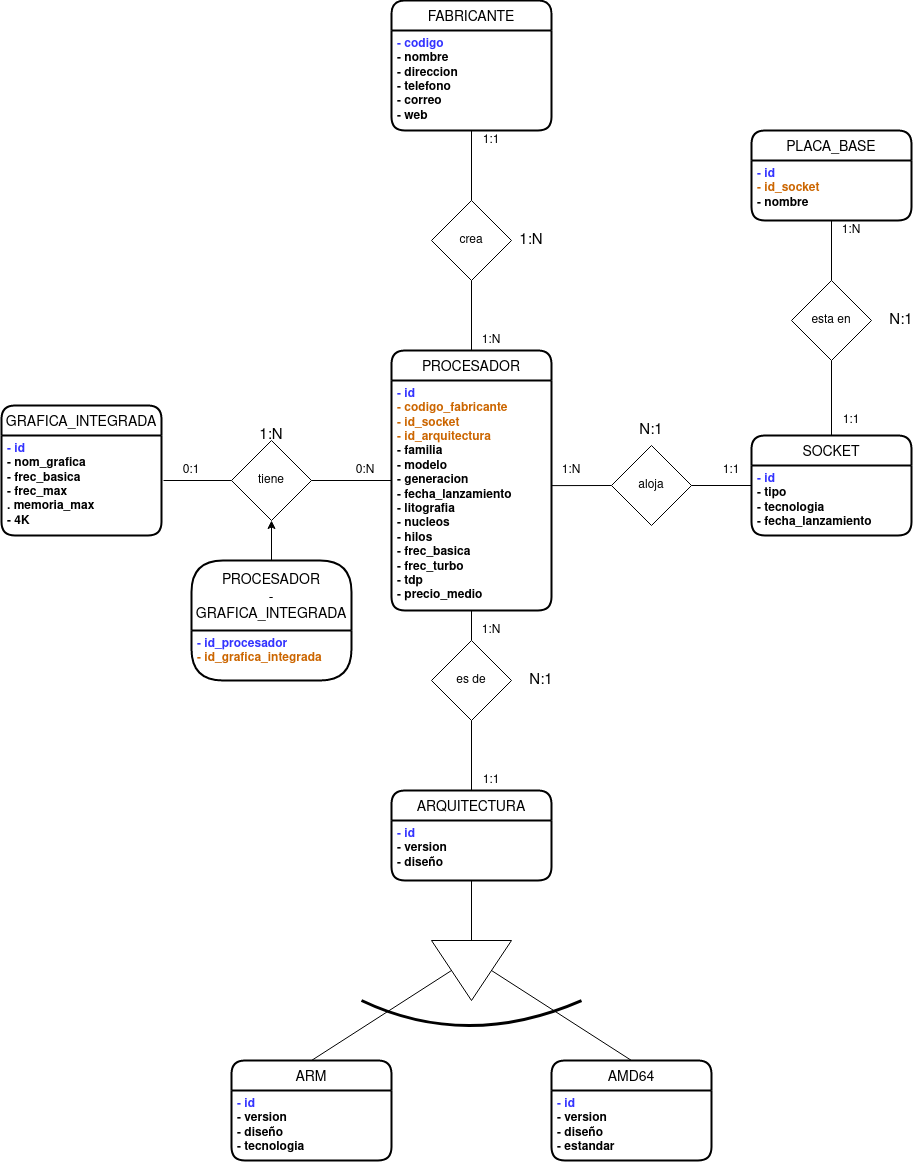
Earlier version of the draw.io export images/paso a tablas.png (Alejandro1901/ProcesadoresDB). Source tidied: cells renumbered, new cells last; positions are measured from the earlier drawing's top-left corner, leaving out a move shared by most shapes.
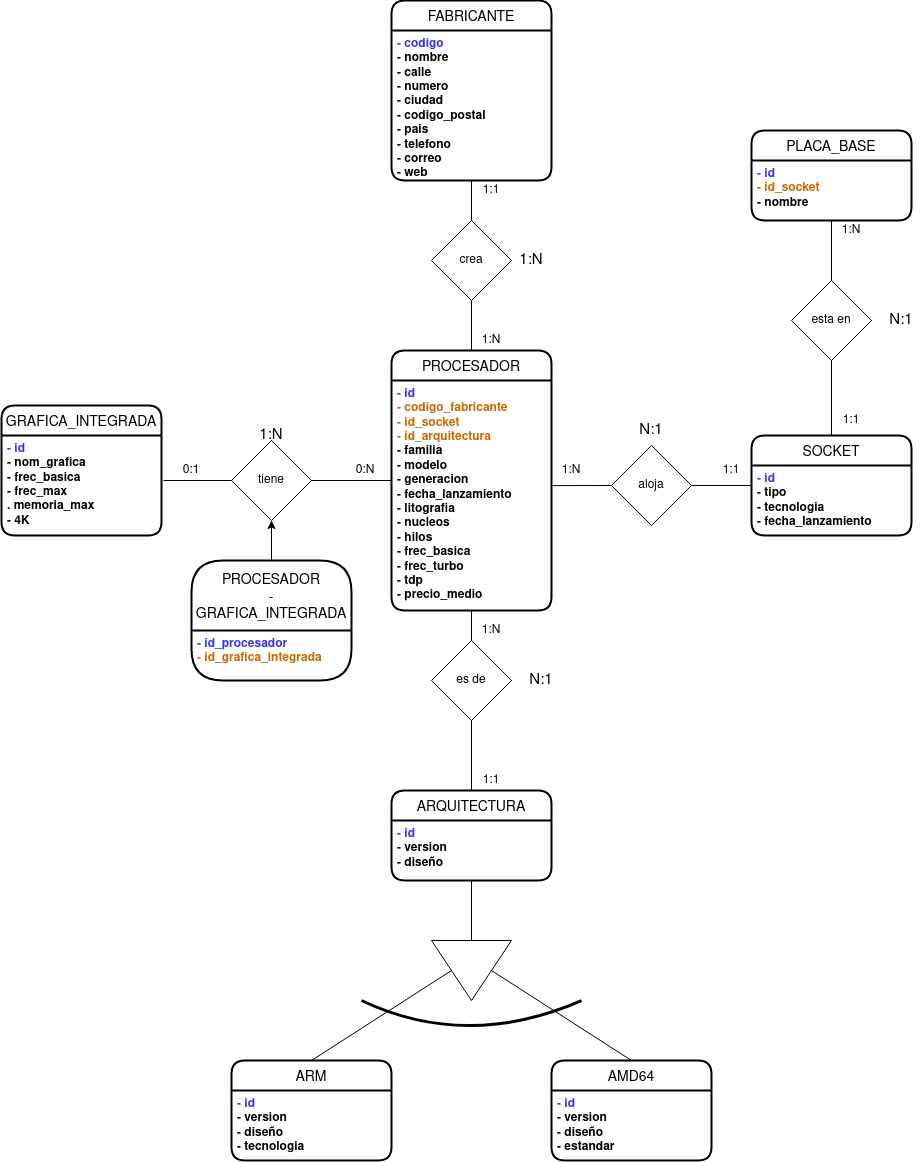
The same file after the commit.

Commit message:
actualizacion pasoa tablas

What changed in the source:
```diff
@@ -21,10 +21,10 @@
       <mxGeometry y="30" width="160" height="70" as="geometry" />
     </mxCell>
     <mxCell id="8" value="FABRICANTE" style="swimlane;horizontal=1;startSize=30;rounded=1;fontSize=14;fontStyle=0;strokeWidth=2;shadow=0;dashed=0;align=center;" parent="1" vertex="1">
-      <mxGeometry x="390" width="160" height="130" as="geometry" />
+      <mxGeometry x="390" width="160" height="180" as="geometry" />
     </mxCell>
-    <mxCell id="9" value="&lt;div&gt;- codigo&lt;/div&gt;&lt;div&gt;&lt;font color=&quot;#000000&quot;&gt;- nombre&lt;/font&gt;&lt;/div&gt;&lt;div&gt;&lt;font color=&quot;#000000&quot;&gt;- direccion&lt;/font&gt;&lt;/div&gt;&lt;div&gt;&lt;font color=&quot;#000000&quot;&gt;- telefono&lt;/font&gt;&lt;/div&gt;&lt;div&gt;&lt;font color=&quot;#000000&quot;&gt;- correo&lt;/font&gt;&lt;/div&gt;&lt;div&gt;&lt;font color=&quot;#000000&quot;&gt;- web&lt;/font&gt;&lt;br&gt;&lt;/div&gt;" style="align=left;strokeColor=none;fillColor=none;spacingLeft=4;fontSize=12;verticalAlign=top;fontStyle=1;fontColor=#3333FF;html=1;" parent="8" vertex="1">
-      <mxGeometry y="30" width="160" height="100" as="geometry" />
+    <mxCell id="9" value="&lt;div&gt;- codigo&lt;/div&gt;&lt;div&gt;&lt;font color=&quot;#000000&quot;&gt;- nombre&lt;/font&gt;&lt;/div&gt;&lt;div&gt;&lt;font color=&quot;#000000&quot;&gt;- calle&lt;/font&gt;&lt;/div&gt;&lt;div&gt;&lt;font color=&quot;#000000&quot;&gt;- numero&lt;br&gt;&lt;/font&gt;&lt;/div&gt;&lt;div&gt;&lt;font color=&quot;#000000&quot;&gt;- ciudad&lt;/font&gt;&lt;/div&gt;&lt;div&gt;&lt;font color=&quot;#000000&quot;&gt;- codigo_postal&lt;br&gt;&lt;/font&gt;&lt;/div&gt;&lt;div&gt;&lt;font color=&quot;#000000&quot;&gt;- pais&lt;br&gt;&lt;/font&gt;&lt;/div&gt;&lt;div&gt;&lt;font color=&quot;#000000&quot;&gt;- telefono&lt;/font&gt;&lt;/div&gt;&lt;div&gt;&lt;font color=&quot;#000000&quot;&gt;- correo&lt;/font&gt;&lt;/div&gt;&lt;div&gt;&lt;font color=&quot;#000000&quot;&gt;- web&lt;/font&gt;&lt;br&gt;&lt;/div&gt;" style="align=left;strokeColor=none;fillColor=none;spacingLeft=4;fontSize=12;verticalAlign=top;fontStyle=1;fontColor=#3333FF;html=1;" parent="8" vertex="1">
+      <mxGeometry y="30" width="160" height="150" as="geometry" />
     </mxCell>
     <mxCell id="10" value="ARQUITECTURA" style="swimlane;horizontal=1;startSize=30;rounded=1;fontSize=14;fontStyle=0;strokeWidth=2;shadow=0;dashed=0;align=center;" parent="1" vertex="1">
       <mxGeometry x="390" y="790" width="160" height="90" as="geometry" />
@@ -59,7 +59,7 @@
       <mxGeometry x="610" y="445" width="80" height="80" as="geometry" />
     </mxCell>
     <mxCell id="20" value="crea" style="rhombus;whiteSpace=wrap;html=1;fontColor=#000000;align=center;" parent="1" vertex="1">
-      <mxGeometry x="430" y="200" width="80" height="80" as="geometry" />
+      <mxGeometry x="430" y="220" width="80" height="80" as="geometry" />
     </mxCell>
     <mxCell id="21" style="endArrow=none;html=1;fontColor=#000000;exitX=0.999;exitY=0.457;exitDx=0;exitDy=0;exitPerimeter=0;entryX=0;entryY=0.5;entryDx=0;entryDy=0;" parent="1" edge="1" source="3" target="19">
       <mxGeometry relative="1" as="geometry" />
@@ -107,10 +107,10 @@
       <mxGeometry x="470" y="330" width="40" height="20" as="geometry" />
     </mxCell>
     <mxCell id="34" value="1:1" style="text;html=1;strokeColor=none;fillColor=none;align=center;verticalAlign=middle;whiteSpace=wrap;rounded=0;fontColor=#000000;" parent="1" vertex="1">
-      <mxGeometry x="470" y="130" width="40" height="20" as="geometry" />
+      <mxGeometry x="470" y="180" width="40" height="20" as="geometry" />
     </mxCell>
     <mxCell id="35" value="&lt;font style=&quot;font-size: 15px&quot;&gt;1:N&lt;/font&gt;" style="text;html=1;strokeColor=none;fillColor=none;align=center;verticalAlign=middle;whiteSpace=wrap;rounded=0;fontColor=#000000;" parent="1" vertex="1">
-      <mxGeometry x="510" y="230" width="40" height="20" as="geometry" />
+      <mxGeometry x="510" y="250" width="40" height="20" as="geometry" />
     </mxCell>
     <mxCell id="36" value="0:1" style="text;html=1;strokeColor=none;fillColor=none;align=center;verticalAlign=middle;whiteSpace=wrap;rounded=0;fontColor=#000000;" parent="1" vertex="1">
       <mxGeometry x="170" y="460" width="40" height="20" as="geometry" />
```
